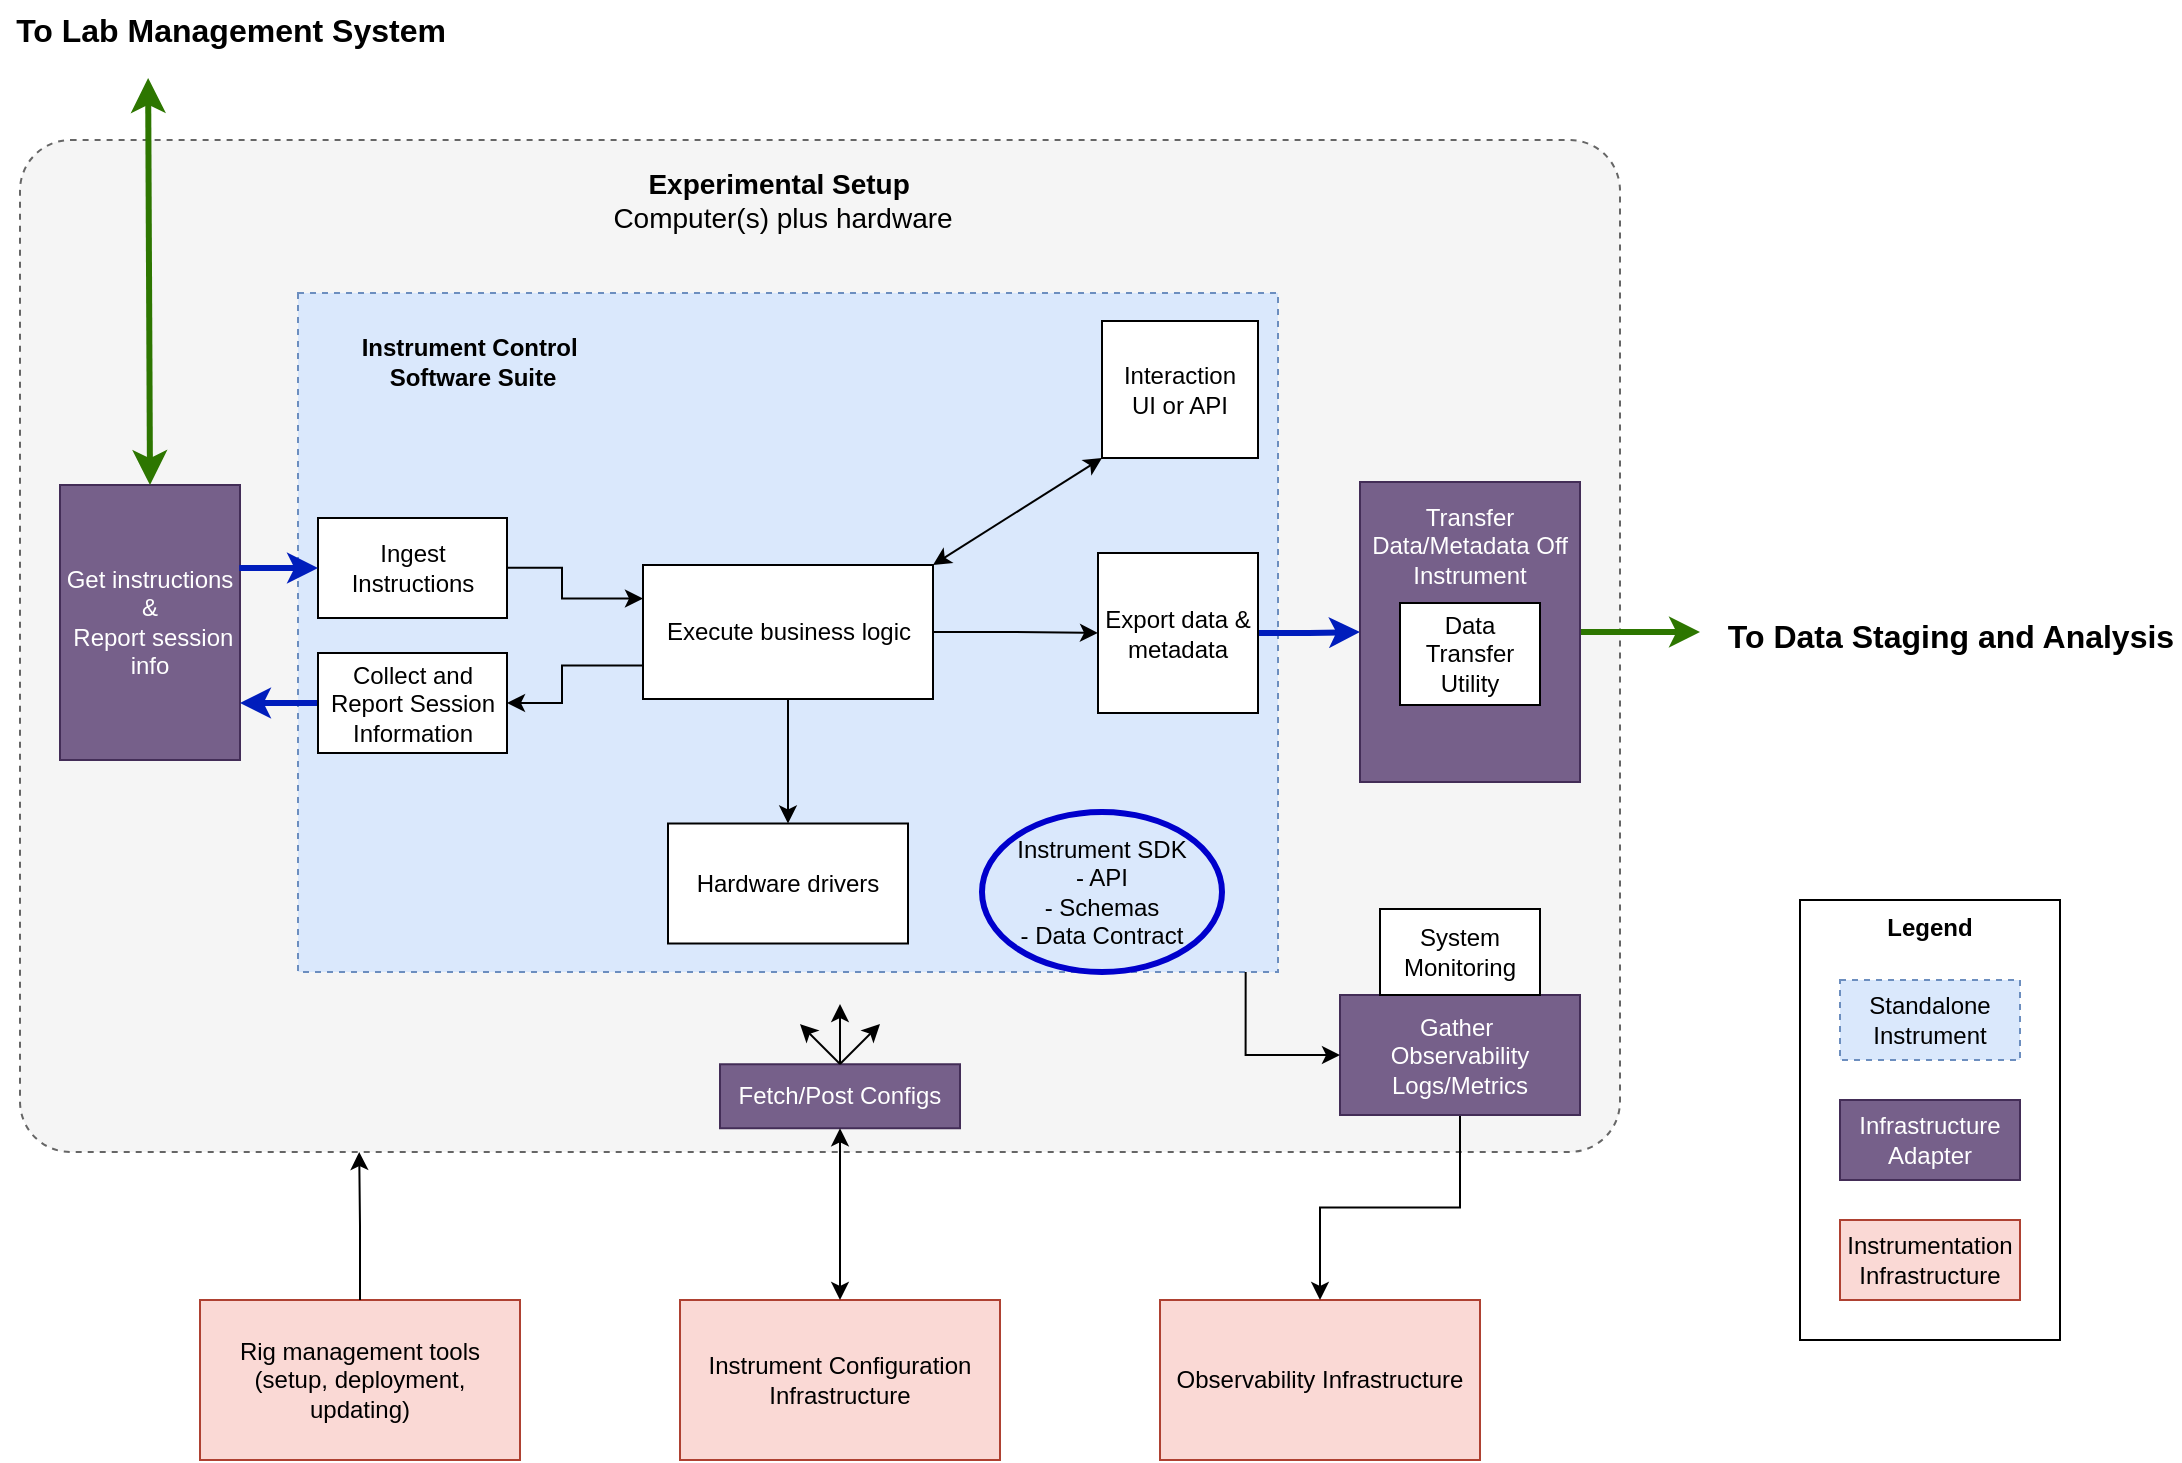
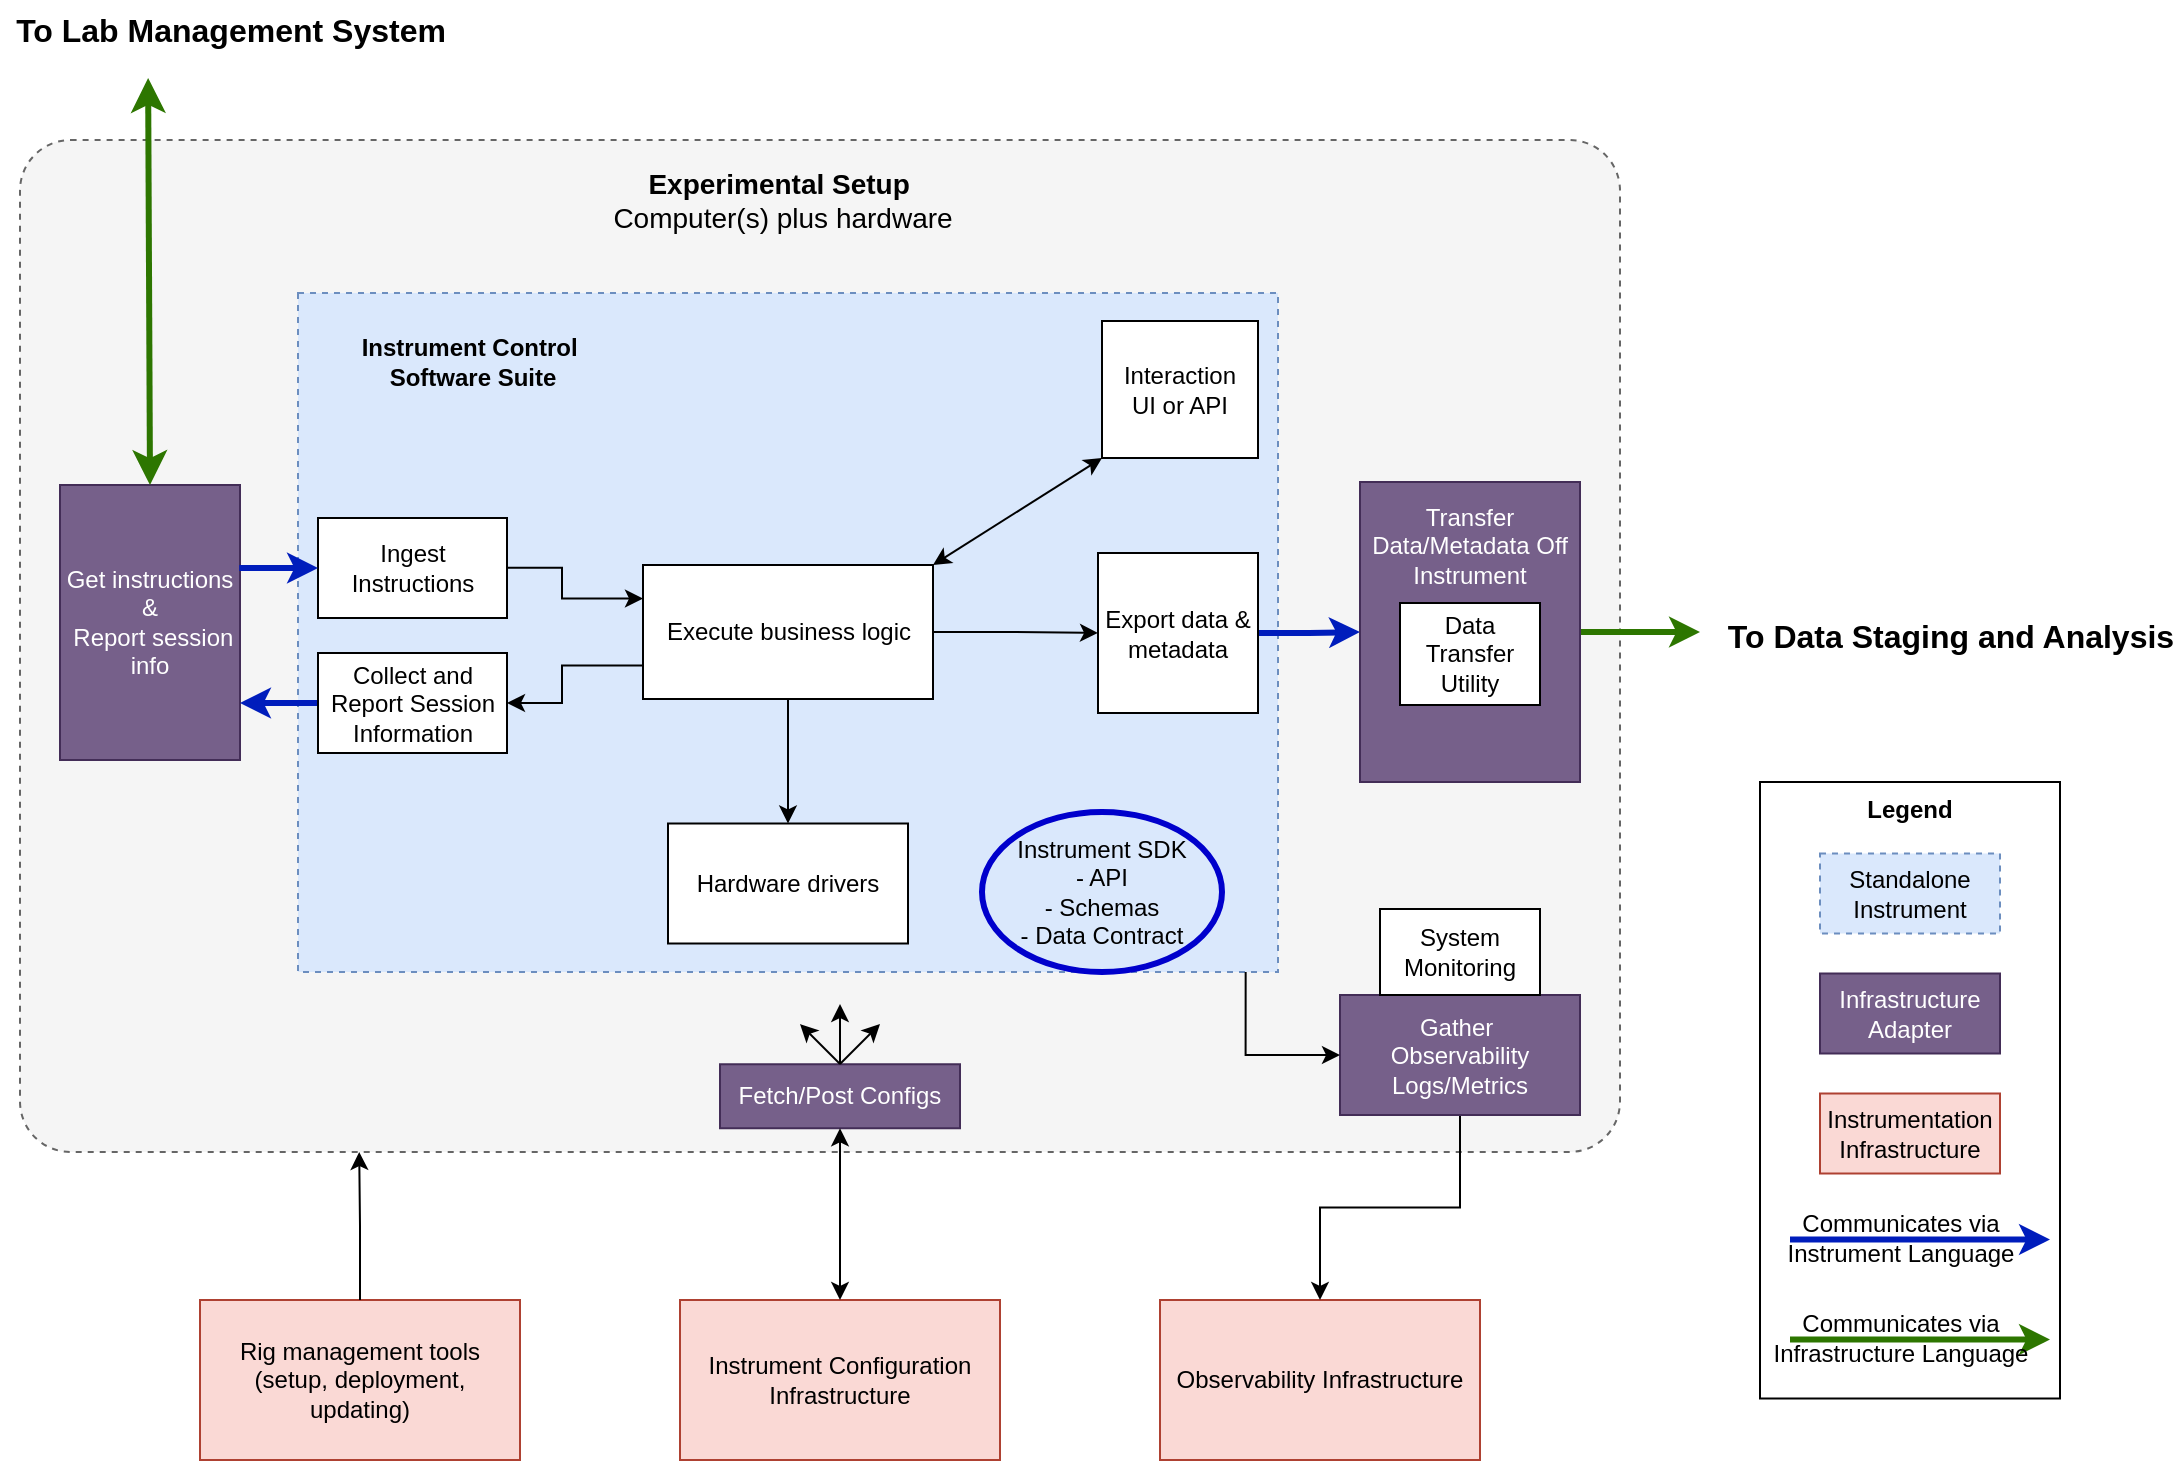
<mxfile host="Electron" agent="Mozilla/5.0 (Windows NT 10.0; Win64; x64) AppleWebKit/537.36 (KHTML, like Gecko) draw.io/24.7.5 Chrome/126.0.6478.183 Electron/31.3.0 Safari/537.36" version="24.7.5">
  <diagram name="sipe_instrument" id="V_ZFrplNQSF49wz3-NHy">
-     <mxGraphModel dx="1430" dy="1925" grid="1" gridSize="10" guides="1" tooltips="1" connect="1" arrows="1" fold="1" page="1" pageScale="1" pageWidth="850" pageHeight="1100" math="0" shadow="0">
+     <mxGraphModel dx="1728" dy="2097" grid="1" gridSize="10" guides="1" tooltips="1" connect="1" arrows="1" fold="1" page="1" pageScale="1" pageWidth="850" pageHeight="1100" math="0" shadow="0">
      <root>
        <mxCell id="pqJhOleaYUCWP5GwiW2L-0" />
        <mxCell id="pqJhOleaYUCWP5GwiW2L-1" parent="pqJhOleaYUCWP5GwiW2L-0" />
        <mxCell id="pqJhOleaYUCWP5GwiW2L-3" value="" style="rounded=1;whiteSpace=wrap;html=1;strokeColor=#666666;dashed=1;fillColor=#f5f5f5;fontColor=#333333;arcSize=5;" parent="pqJhOleaYUCWP5GwiW2L-1" vertex="1">
          <mxGeometry x="510" y="-820" width="800" height="506" as="geometry" />
        </mxCell>
        <mxCell id="pqJhOleaYUCWP5GwiW2L-4" value="Get instructions&lt;div&gt;&amp;amp;&lt;/div&gt;&lt;div&gt;&amp;nbsp;Report session info&lt;/div&gt;" style="rounded=0;whiteSpace=wrap;html=1;fillColor=#76608a;fontColor=#ffffff;strokeColor=#432D57;rotation=0;" parent="pqJhOleaYUCWP5GwiW2L-1" vertex="1">
          <mxGeometry x="530" y="-647.5" width="90" height="137.5" as="geometry" />
        </mxCell>
        <mxCell id="pqJhOleaYUCWP5GwiW2L-6" value="Fetch/Post Configs" style="rounded=0;whiteSpace=wrap;html=1;fillColor=#76608a;fontColor=#ffffff;strokeColor=#432D57;" parent="pqJhOleaYUCWP5GwiW2L-1" vertex="1">
          <mxGeometry x="860" y="-357.87" width="120" height="32" as="geometry" />
        </mxCell>
        <mxCell id="pqJhOleaYUCWP5GwiW2L-8" value="Observability Infrastructure" style="rounded=0;whiteSpace=wrap;html=1;fillColor=#fad9d5;strokeColor=#ae4132;" parent="pqJhOleaYUCWP5GwiW2L-1" vertex="1">
          <mxGeometry x="1080" y="-240" width="160" height="80" as="geometry" />
        </mxCell>
        <mxCell id="pqJhOleaYUCWP5GwiW2L-9" value="Instrument Configuration Infrastructure" style="rounded=0;whiteSpace=wrap;html=1;fillColor=#fad9d5;strokeColor=#ae4132;" parent="pqJhOleaYUCWP5GwiW2L-1" vertex="1">
          <mxGeometry x="840" y="-240" width="160" height="80" as="geometry" />
        </mxCell>
        <mxCell id="pqJhOleaYUCWP5GwiW2L-11" value="" style="rounded=0;whiteSpace=wrap;html=1;dashed=1;fillColor=#dae8fc;strokeColor=#6c8ebf;" parent="pqJhOleaYUCWP5GwiW2L-1" vertex="1">
          <mxGeometry x="649" y="-743.5" width="490" height="339.5" as="geometry" />
        </mxCell>
        <mxCell id="pqJhOleaYUCWP5GwiW2L-12" style="edgeStyle=orthogonalEdgeStyle;rounded=0;orthogonalLoop=1;jettySize=auto;html=1;entryX=0;entryY=0.25;entryDx=0;entryDy=0;" parent="pqJhOleaYUCWP5GwiW2L-1" target="pqJhOleaYUCWP5GwiW2L-16" edge="1">
          <mxGeometry relative="1" as="geometry">
            <mxPoint x="728.9999999999995" y="-606.0526315789475" as="sourcePoint" />
            <Array as="points">
              <mxPoint x="781" y="-606" />
              <mxPoint x="781" y="-591" />
            </Array>
          </mxGeometry>
        </mxCell>
        <mxCell id="pqJhOleaYUCWP5GwiW2L-13" style="edgeStyle=orthogonalEdgeStyle;rounded=0;orthogonalLoop=1;jettySize=auto;html=1;entryX=0.5;entryY=0;entryDx=0;entryDy=0;" parent="pqJhOleaYUCWP5GwiW2L-1" source="pqJhOleaYUCWP5GwiW2L-16" target="pqJhOleaYUCWP5GwiW2L-17" edge="1">
          <mxGeometry relative="1" as="geometry" />
        </mxCell>
        <mxCell id="pqJhOleaYUCWP5GwiW2L-14" style="edgeStyle=orthogonalEdgeStyle;rounded=0;orthogonalLoop=1;jettySize=auto;html=1;entryX=0;entryY=0.5;entryDx=0;entryDy=0;" parent="pqJhOleaYUCWP5GwiW2L-1" source="pqJhOleaYUCWP5GwiW2L-16" target="pqJhOleaYUCWP5GwiW2L-21" edge="1">
          <mxGeometry relative="1" as="geometry" />
        </mxCell>
        <mxCell id="pqJhOleaYUCWP5GwiW2L-15" style="edgeStyle=orthogonalEdgeStyle;rounded=0;orthogonalLoop=1;jettySize=auto;html=1;entryX=1;entryY=0.5;entryDx=0;entryDy=0;exitX=0;exitY=0.75;exitDx=0;exitDy=0;" parent="pqJhOleaYUCWP5GwiW2L-1" source="pqJhOleaYUCWP5GwiW2L-16" target="pqJhOleaYUCWP5GwiW2L-42" edge="1">
          <mxGeometry relative="1" as="geometry">
            <Array as="points">
              <mxPoint x="781" y="-557" />
              <mxPoint x="781" y="-539" />
            </Array>
          </mxGeometry>
        </mxCell>
        <mxCell id="pqJhOleaYUCWP5GwiW2L-16" value="Execute business logic" style="rounded=0;whiteSpace=wrap;html=1;" parent="pqJhOleaYUCWP5GwiW2L-1" vertex="1">
          <mxGeometry x="821.5" y="-607.5" width="145" height="67" as="geometry" />
        </mxCell>
        <mxCell id="pqJhOleaYUCWP5GwiW2L-17" value="Hardware drivers" style="rounded=0;whiteSpace=wrap;html=1;" parent="pqJhOleaYUCWP5GwiW2L-1" vertex="1">
          <mxGeometry x="834" y="-478.25" width="120" height="60" as="geometry" />
        </mxCell>
        <mxCell id="pqJhOleaYUCWP5GwiW2L-18" value="Interaction&lt;div&gt;UI or API&lt;/div&gt;" style="rounded=0;whiteSpace=wrap;html=1;" parent="pqJhOleaYUCWP5GwiW2L-1" vertex="1">
          <mxGeometry x="1051" y="-729.5" width="78" height="68.5" as="geometry" />
        </mxCell>
        <mxCell id="pqJhOleaYUCWP5GwiW2L-19" value="" style="endArrow=classic;startArrow=classic;html=1;rounded=0;entryX=0;entryY=1;entryDx=0;entryDy=0;exitX=1;exitY=0;exitDx=0;exitDy=0;" parent="pqJhOleaYUCWP5GwiW2L-1" source="pqJhOleaYUCWP5GwiW2L-16" target="pqJhOleaYUCWP5GwiW2L-18" edge="1">
          <mxGeometry width="50" height="50" relative="1" as="geometry">
            <mxPoint x="709" y="-303.5" as="sourcePoint" />
            <mxPoint x="759" y="-353.5" as="targetPoint" />
          </mxGeometry>
        </mxCell>
        <mxCell id="pqJhOleaYUCWP5GwiW2L-20" style="edgeStyle=orthogonalEdgeStyle;rounded=0;orthogonalLoop=1;jettySize=auto;html=1;entryX=0;entryY=0.5;entryDx=0;entryDy=0;fillColor=#0050ef;strokeColor=#001DBC;strokeWidth=3;" parent="pqJhOleaYUCWP5GwiW2L-1" source="pqJhOleaYUCWP5GwiW2L-21" target="pqJhOleaYUCWP5GwiW2L-36" edge="1">
          <mxGeometry relative="1" as="geometry" />
        </mxCell>
        <mxCell id="pqJhOleaYUCWP5GwiW2L-21" value="Export data &amp;amp; metadata" style="whiteSpace=wrap;html=1;aspect=fixed;strokeWidth=1;" parent="pqJhOleaYUCWP5GwiW2L-1" vertex="1">
          <mxGeometry x="1049" y="-613.5" width="80" height="80" as="geometry" />
        </mxCell>
-         <mxCell id="5UQ18pSLH_lC7NxkDnai-0" style="edgeStyle=orthogonalEdgeStyle;rounded=0;orthogonalLoop=1;jettySize=auto;html=1;entryX=0.5;entryY=0;entryDx=0;entryDy=0;" edge="1" parent="pqJhOleaYUCWP5GwiW2L-1" source="pqJhOleaYUCWP5GwiW2L-24" target="pqJhOleaYUCWP5GwiW2L-8">
+         <mxCell id="5UQ18pSLH_lC7NxkDnai-0" style="edgeStyle=orthogonalEdgeStyle;rounded=0;orthogonalLoop=1;jettySize=auto;html=1;entryX=0.5;entryY=0;entryDx=0;entryDy=0;" parent="pqJhOleaYUCWP5GwiW2L-1" source="pqJhOleaYUCWP5GwiW2L-24" target="pqJhOleaYUCWP5GwiW2L-8" edge="1">
          <mxGeometry relative="1" as="geometry" />
        </mxCell>
        <mxCell id="pqJhOleaYUCWP5GwiW2L-24" value="Gather&amp;nbsp;&lt;div&gt;Observability&lt;/div&gt;&lt;div&gt;Logs/Metrics&lt;/div&gt;" style="rounded=0;whiteSpace=wrap;html=1;fillColor=#76608a;fontColor=#ffffff;strokeColor=#432D57;" parent="pqJhOleaYUCWP5GwiW2L-1" vertex="1">
          <mxGeometry x="1170" y="-392.5" width="120" height="60" as="geometry" />
        </mxCell>
        <mxCell id="pqJhOleaYUCWP5GwiW2L-25" style="edgeStyle=orthogonalEdgeStyle;rounded=0;orthogonalLoop=1;jettySize=auto;html=1;entryX=0;entryY=0.5;entryDx=0;entryDy=0;fillColor=#60a917;strokeColor=#2D7600;strokeWidth=3;" parent="pqJhOleaYUCWP5GwiW2L-1" source="pqJhOleaYUCWP5GwiW2L-36" edge="1">
          <mxGeometry relative="1" as="geometry">
            <mxPoint x="1350" y="-574" as="targetPoint" />
          </mxGeometry>
        </mxCell>
        <mxCell id="pqJhOleaYUCWP5GwiW2L-32" value="&lt;b&gt;Instrument Control&amp;nbsp;&lt;/b&gt;&lt;div&gt;&lt;b&gt;Software Suite&lt;/b&gt;&lt;/div&gt;" style="text;html=1;align=center;verticalAlign=middle;resizable=0;points=[];autosize=1;strokeColor=none;fillColor=none;" parent="pqJhOleaYUCWP5GwiW2L-1" vertex="1">
          <mxGeometry x="671" y="-729.5" width="130" height="40" as="geometry" />
        </mxCell>
        <mxCell id="pqJhOleaYUCWP5GwiW2L-33" value="System Monitoring" style="rounded=0;whiteSpace=wrap;html=1;" parent="pqJhOleaYUCWP5GwiW2L-1" vertex="1">
          <mxGeometry x="1190" y="-435.5" width="80" height="43" as="geometry" />
        </mxCell>
        <mxCell id="pqJhOleaYUCWP5GwiW2L-34" value="Experimental Setup&amp;nbsp;&lt;div style=&quot;font-size: 14px;&quot;&gt;&lt;span style=&quot;font-weight: normal;&quot;&gt;Computer(s) plus hardware&lt;/span&gt;&lt;/div&gt;" style="text;html=1;align=center;verticalAlign=middle;resizable=0;points=[];autosize=1;strokeColor=none;fillColor=none;fontSize=14;fontStyle=1" parent="pqJhOleaYUCWP5GwiW2L-1" vertex="1">
          <mxGeometry x="796" y="-815" width="190" height="50" as="geometry" />
        </mxCell>
        <mxCell id="pqJhOleaYUCWP5GwiW2L-35" value="" style="group;fillColor=none;" parent="pqJhOleaYUCWP5GwiW2L-1" vertex="1" connectable="0">
          <mxGeometry x="1180" y="-639" width="122.63" height="140" as="geometry" />
        </mxCell>
        <mxCell id="pqJhOleaYUCWP5GwiW2L-36" value="Transfer Data/Metadata Off Instrument&lt;div&gt;&lt;br&gt;&lt;/div&gt;&lt;div&gt;&lt;br&gt;&lt;/div&gt;&lt;div&gt;&lt;br&gt;&lt;/div&gt;&lt;div&gt;&lt;br&gt;&lt;/div&gt;&lt;div&gt;&lt;br&gt;&lt;/div&gt;&lt;div&gt;&lt;br&gt;&lt;/div&gt;" style="rounded=0;whiteSpace=wrap;html=1;fillColor=#76608a;fontColor=#ffffff;strokeColor=#432D57;rotation=0;" parent="pqJhOleaYUCWP5GwiW2L-35" vertex="1">
          <mxGeometry y="-10" width="110" height="150" as="geometry" />
        </mxCell>
        <mxCell id="pqJhOleaYUCWP5GwiW2L-37" value="Data Transfer Utility" style="rounded=0;whiteSpace=wrap;html=1;" parent="pqJhOleaYUCWP5GwiW2L-35" vertex="1">
          <mxGeometry x="20" y="50.5" width="70" height="51" as="geometry" />
        </mxCell>
        <mxCell id="pqJhOleaYUCWP5GwiW2L-40" value="Ingest Instructions" style="rounded=0;whiteSpace=wrap;html=1;strokeWidth=1;" parent="pqJhOleaYUCWP5GwiW2L-1" vertex="1">
          <mxGeometry x="659" y="-631" width="94.5" height="50" as="geometry" />
        </mxCell>
        <mxCell id="pqJhOleaYUCWP5GwiW2L-41" style="edgeStyle=orthogonalEdgeStyle;rounded=0;orthogonalLoop=1;jettySize=auto;html=1;entryX=1;entryY=0.5;entryDx=0;entryDy=0;strokeWidth=3;fillColor=#0050ef;strokeColor=#001DBC;" parent="pqJhOleaYUCWP5GwiW2L-1" source="pqJhOleaYUCWP5GwiW2L-42" edge="1">
          <mxGeometry relative="1" as="geometry">
            <mxPoint x="620" y="-538.5" as="targetPoint" />
          </mxGeometry>
        </mxCell>
        <mxCell id="pqJhOleaYUCWP5GwiW2L-42" value="Collect and Report Session Information" style="rounded=0;whiteSpace=wrap;html=1;strokeWidth=1;" parent="pqJhOleaYUCWP5GwiW2L-1" vertex="1">
          <mxGeometry x="659" y="-563.5" width="94.5" height="50" as="geometry" />
        </mxCell>
        <mxCell id="pqJhOleaYUCWP5GwiW2L-44" style="edgeStyle=orthogonalEdgeStyle;rounded=0;orthogonalLoop=1;jettySize=auto;html=1;entryX=0.5;entryY=0;entryDx=0;entryDy=0;startArrow=classic;startFill=1;exitX=0.5;exitY=1;exitDx=0;exitDy=0;" parent="pqJhOleaYUCWP5GwiW2L-1" source="pqJhOleaYUCWP5GwiW2L-6" target="pqJhOleaYUCWP5GwiW2L-9" edge="1">
          <mxGeometry relative="1" as="geometry">
            <mxPoint x="920.4000000000001" y="-245.5" as="targetPoint" />
            <mxPoint x="920" y="-300.4999999999998" as="sourcePoint" />
          </mxGeometry>
        </mxCell>
        <mxCell id="pqJhOleaYUCWP5GwiW2L-45" style="edgeStyle=orthogonalEdgeStyle;rounded=0;orthogonalLoop=1;jettySize=auto;html=1;entryX=0;entryY=0.5;entryDx=0;entryDy=0;exitX=0.996;exitY=0.302;exitDx=0;exitDy=0;strokeWidth=3;fillColor=#0050ef;strokeColor=#001DBC;exitPerimeter=0;" parent="pqJhOleaYUCWP5GwiW2L-1" source="pqJhOleaYUCWP5GwiW2L-4" target="pqJhOleaYUCWP5GwiW2L-40" edge="1">
          <mxGeometry relative="1" as="geometry" />
        </mxCell>
        <mxCell id="pqJhOleaYUCWP5GwiW2L-53" value="Rig management tools&lt;div&gt;(setup, deployment, updating)&lt;/div&gt;" style="rounded=0;whiteSpace=wrap;html=1;fillColor=#fad9d5;strokeColor=#ae4132;" parent="pqJhOleaYUCWP5GwiW2L-1" vertex="1">
          <mxGeometry x="600" y="-240" width="160" height="80" as="geometry" />
        </mxCell>
        <mxCell id="pqJhOleaYUCWP5GwiW2L-59" value="Instrument SDK&lt;div&gt;- API&lt;/div&gt;&lt;div&gt;- Schemas&lt;/div&gt;&lt;div&gt;- Data Contract&lt;/div&gt;" style="ellipse;whiteSpace=wrap;html=1;fillColor=none;strokeColor=#0000CC;strokeWidth=3;" parent="pqJhOleaYUCWP5GwiW2L-1" vertex="1">
          <mxGeometry x="991" y="-484" width="120" height="80" as="geometry" />
        </mxCell>
        <mxCell id="0NpDMJkeAjajGGtuN1AH-0" value="To Data Staging and Analysis" style="text;html=1;align=center;verticalAlign=middle;resizable=0;points=[];autosize=1;strokeColor=none;fillColor=none;fontSize=16;fontStyle=1" parent="pqJhOleaYUCWP5GwiW2L-1" vertex="1">
          <mxGeometry x="1360" y="-587" width="230" height="30" as="geometry" />
        </mxCell>
        <mxCell id="0NpDMJkeAjajGGtuN1AH-1" value="To Lab Management System" style="text;html=1;align=center;verticalAlign=middle;resizable=0;points=[];autosize=1;strokeColor=none;fillColor=none;fontStyle=1;fontSize=16;" parent="pqJhOleaYUCWP5GwiW2L-1" vertex="1">
          <mxGeometry x="500" y="-890" width="230" height="30" as="geometry" />
        </mxCell>
        <mxCell id="0NpDMJkeAjajGGtuN1AH-2" value="" style="edgeStyle=none;orthogonalLoop=1;jettySize=auto;html=1;endArrow=classic;startArrow=classic;endSize=8;startSize=8;rounded=0;strokeWidth=3;fillColor=#60a917;strokeColor=#2D7600;entryX=0.5;entryY=0;entryDx=0;entryDy=0;exitX=0.322;exitY=1.3;exitDx=0;exitDy=0;exitPerimeter=0;" parent="pqJhOleaYUCWP5GwiW2L-1" source="0NpDMJkeAjajGGtuN1AH-1" target="pqJhOleaYUCWP5GwiW2L-4" edge="1">
          <mxGeometry width="100" relative="1" as="geometry">
            <mxPoint x="575" y="-830" as="sourcePoint" />
            <mxPoint x="574.7099999999999" y="-770" as="targetPoint" />
            <Array as="points" />
          </mxGeometry>
        </mxCell>
        <mxCell id="0NpDMJkeAjajGGtuN1AH-3" value="" style="group;rotation=-180;" parent="pqJhOleaYUCWP5GwiW2L-1" vertex="1" connectable="0">
          <mxGeometry x="900" y="-388" width="40" height="30" as="geometry" />
        </mxCell>
        <mxCell id="pqJhOleaYUCWP5GwiW2L-55" value="" style="endArrow=classic;html=1;rounded=0;" parent="0NpDMJkeAjajGGtuN1AH-3" edge="1">
          <mxGeometry width="50" height="50" relative="1" as="geometry">
            <mxPoint x="20" y="30" as="sourcePoint" />
            <mxPoint y="10" as="targetPoint" />
          </mxGeometry>
        </mxCell>
        <mxCell id="pqJhOleaYUCWP5GwiW2L-56" value="" style="endArrow=classic;html=1;rounded=0;" parent="0NpDMJkeAjajGGtuN1AH-3" edge="1">
          <mxGeometry width="50" height="50" relative="1" as="geometry">
            <mxPoint x="20" y="30" as="sourcePoint" />
            <mxPoint x="20" as="targetPoint" />
          </mxGeometry>
        </mxCell>
        <mxCell id="pqJhOleaYUCWP5GwiW2L-57" value="" style="endArrow=classic;html=1;rounded=0;" parent="0NpDMJkeAjajGGtuN1AH-3" edge="1">
          <mxGeometry width="50" height="50" relative="1" as="geometry">
            <mxPoint x="20" y="30" as="sourcePoint" />
            <mxPoint x="40" y="10" as="targetPoint" />
          </mxGeometry>
        </mxCell>
        <mxCell id="88CFIabIduovbiYMoy3r-0" style="edgeStyle=orthogonalEdgeStyle;rounded=0;orthogonalLoop=1;jettySize=auto;html=1;entryX=0.967;entryY=1;entryDx=0;entryDy=0;entryPerimeter=0;startArrow=classic;startFill=1;endArrow=none;endFill=0;" parent="pqJhOleaYUCWP5GwiW2L-1" source="pqJhOleaYUCWP5GwiW2L-24" target="pqJhOleaYUCWP5GwiW2L-11" edge="1">
          <mxGeometry relative="1" as="geometry" />
        </mxCell>
-         <mxCell id="5UQ18pSLH_lC7NxkDnai-1" style="edgeStyle=orthogonalEdgeStyle;rounded=0;orthogonalLoop=1;jettySize=auto;html=1;entryX=0.212;entryY=1;entryDx=0;entryDy=0;entryPerimeter=0;" edge="1" parent="pqJhOleaYUCWP5GwiW2L-1" source="pqJhOleaYUCWP5GwiW2L-53" target="pqJhOleaYUCWP5GwiW2L-3">
-           <mxGeometry relative="1" as="geometry" />
-         </mxCell>
-         <mxCell id="5UQ18pSLH_lC7NxkDnai-2" value="&lt;b&gt;Legend&lt;/b&gt;" style="rounded=0;whiteSpace=wrap;html=1;verticalAlign=top;" vertex="1" parent="pqJhOleaYUCWP5GwiW2L-1">
-           <mxGeometry x="1400" y="-440" width="130" height="220" as="geometry" />
-         </mxCell>
-         <mxCell id="5UQ18pSLH_lC7NxkDnai-3" value="Infrastructure Adapter" style="rounded=0;whiteSpace=wrap;html=1;fillColor=#76608a;fontColor=#ffffff;strokeColor=#432D57;" vertex="1" parent="pqJhOleaYUCWP5GwiW2L-1">
-           <mxGeometry x="1420" y="-340" width="90" height="40" as="geometry" />
-         </mxCell>
-         <mxCell id="5UQ18pSLH_lC7NxkDnai-4" value="Standalone Instrument" style="rounded=0;whiteSpace=wrap;html=1;dashed=1;fillColor=#dae8fc;strokeColor=#6c8ebf;" vertex="1" parent="pqJhOleaYUCWP5GwiW2L-1">
-           <mxGeometry x="1420" y="-400" width="90" height="40" as="geometry" />
-         </mxCell>
-         <mxCell id="5UQ18pSLH_lC7NxkDnai-5" value="Instrumentation Infrastructure" style="rounded=0;whiteSpace=wrap;html=1;fillColor=#fad9d5;strokeColor=#ae4132;" vertex="1" parent="pqJhOleaYUCWP5GwiW2L-1">
-           <mxGeometry x="1420" y="-280" width="90" height="40" as="geometry" />
+         <mxCell id="5UQ18pSLH_lC7NxkDnai-1" style="edgeStyle=orthogonalEdgeStyle;rounded=0;orthogonalLoop=1;jettySize=auto;html=1;entryX=0.212;entryY=1;entryDx=0;entryDy=0;entryPerimeter=0;" parent="pqJhOleaYUCWP5GwiW2L-1" source="pqJhOleaYUCWP5GwiW2L-53" target="pqJhOleaYUCWP5GwiW2L-3" edge="1">
+           <mxGeometry relative="1" as="geometry" />
+         </mxCell>
+         <mxCell id="5UQ18pSLH_lC7NxkDnai-2" value="&lt;b&gt;Legend&lt;/b&gt;" style="rounded=0;whiteSpace=wrap;html=1;verticalAlign=top;" parent="pqJhOleaYUCWP5GwiW2L-1" vertex="1">
+           <mxGeometry x="1380" y="-499" width="150" height="308.25" as="geometry" />
+         </mxCell>
+         <mxCell id="5UQ18pSLH_lC7NxkDnai-3" value="Infrastructure Adapter" style="rounded=0;whiteSpace=wrap;html=1;fillColor=#76608a;fontColor=#ffffff;strokeColor=#432D57;" parent="pqJhOleaYUCWP5GwiW2L-1" vertex="1">
+           <mxGeometry x="1410" y="-403.25" width="90" height="40" as="geometry" />
+         </mxCell>
+         <mxCell id="5UQ18pSLH_lC7NxkDnai-4" value="Standalone Instrument" style="rounded=0;whiteSpace=wrap;html=1;dashed=1;fillColor=#dae8fc;strokeColor=#6c8ebf;" parent="pqJhOleaYUCWP5GwiW2L-1" vertex="1">
+           <mxGeometry x="1410" y="-463.25" width="90" height="40" as="geometry" />
+         </mxCell>
+         <mxCell id="5UQ18pSLH_lC7NxkDnai-5" value="Instrumentation Infrastructure" style="rounded=0;whiteSpace=wrap;html=1;fillColor=#fad9d5;strokeColor=#ae4132;" parent="pqJhOleaYUCWP5GwiW2L-1" vertex="1">
+           <mxGeometry x="1410" y="-343.25" width="90" height="40" as="geometry" />
+         </mxCell>
+         <mxCell id="lm9CVaH0LSwNludOWsYs-5" value="" style="group" vertex="1" connectable="0" parent="pqJhOleaYUCWP5GwiW2L-1">
+           <mxGeometry x="1380" y="-240.75" width="145" height="40" as="geometry" />
+         </mxCell>
+         <mxCell id="lm9CVaH0LSwNludOWsYs-6" value="" style="endArrow=classic;html=1;rounded=0;strokeWidth=3;strokeColor=#2D7600;" edge="1" parent="lm9CVaH0LSwNludOWsYs-5">
+           <mxGeometry width="50" height="50" relative="1" as="geometry">
+             <mxPoint x="15" y="20.5" as="sourcePoint" />
+             <mxPoint x="145" y="20.5" as="targetPoint" />
+           </mxGeometry>
+         </mxCell>
+         <mxCell id="lm9CVaH0LSwNludOWsYs-7" value="Communicates via&lt;div&gt;Infrastructure Language&lt;/div&gt;" style="text;html=1;align=center;verticalAlign=middle;resizable=0;points=[];autosize=1;strokeColor=none;fillColor=none;" vertex="1" parent="lm9CVaH0LSwNludOWsYs-5">
+           <mxGeometry x="-5" width="150" height="40" as="geometry" />
+         </mxCell>
+         <mxCell id="lm9CVaH0LSwNludOWsYs-8" value="" style="group" vertex="1" connectable="0" parent="pqJhOleaYUCWP5GwiW2L-1">
+           <mxGeometry x="1380" y="-290.75" width="145" height="40" as="geometry" />
+         </mxCell>
+         <mxCell id="lm9CVaH0LSwNludOWsYs-1" value="" style="endArrow=classic;html=1;rounded=0;strokeWidth=3;strokeColor=#001DBC;fillColor=#0050ef;" edge="1" parent="lm9CVaH0LSwNludOWsYs-8">
+           <mxGeometry width="50" height="50" relative="1" as="geometry">
+             <mxPoint x="15" y="20.5" as="sourcePoint" />
+             <mxPoint x="145" y="20.5" as="targetPoint" />
+           </mxGeometry>
+         </mxCell>
+         <mxCell id="lm9CVaH0LSwNludOWsYs-2" value="Communicates via&lt;div&gt;Instrument Language&lt;/div&gt;" style="text;html=1;align=center;verticalAlign=middle;resizable=0;points=[];autosize=1;strokeColor=none;fillColor=none;" vertex="1" parent="lm9CVaH0LSwNludOWsYs-8">
+           <mxGeometry width="140" height="40" as="geometry" />
        </mxCell>
      </root>
    </mxGraphModel>
  </diagram>
</mxfile>
